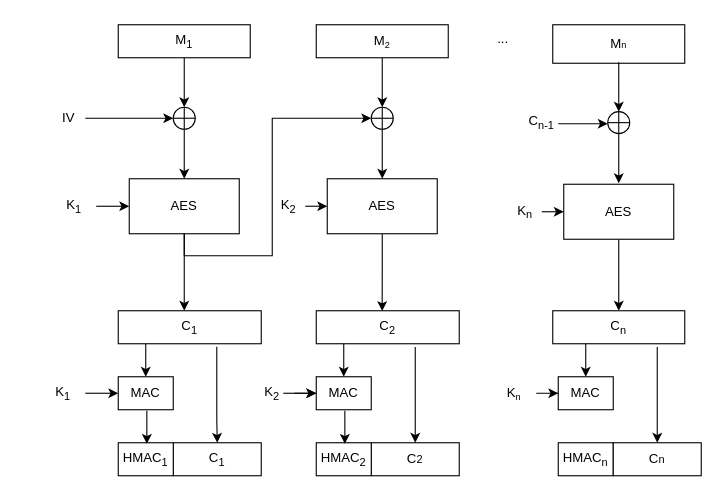
This is page "Encrypt" (1 of 2) of src/chapters/res/chapter-3/res/Encmode.drawio from bayusamudra5502/ta-kriptografi, a draw.io file, before an edit. Source tidied: cells renumbered, new cells numbered last; positions are measured from the earlier drawing's top-left corner, leaving out a move shared by most shapes. Both pictures are drawn from the tidied source at 110%, with x=0, y=0 at pixel (41, 19).
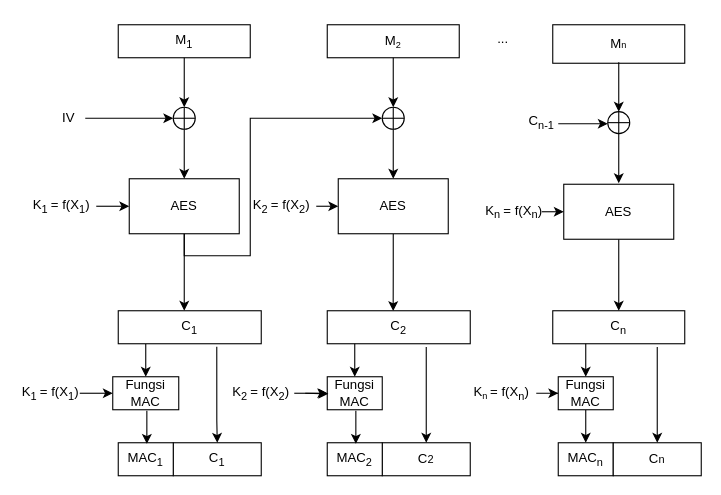
Above is the later version.

The change refers to these unchanged cells:
```xml
<mxCell id="9" value="AES" style="rounded=0;whiteSpace=wrap;html=1;" parent="1" vertex="1">
  <mxGeometry x="80" y="145" width="100" height="50" as="geometry" />
</mxCell>
<mxCell id="25" style="verticalLabelPosition=bottom;verticalAlign=top;html=1;shape=mxgraph.flowchart.summing_function;" parent="23" vertex="1">
  <mxGeometry y="45" width="20" height="20" as="geometry" />
</mxCell>
```

What changed in the source:
```diff
@@
     <mxCell id="3" value="M&lt;span style=&quot;font-size: 10px;&quot;&gt;&lt;sub&gt;2&lt;/sub&gt;&lt;/span&gt;" style="rounded=0;whiteSpace=wrap;html=1;" parent="1" vertex="1">
-      <mxGeometry x="250" y="5" width="120" height="30" as="geometry" />
+      <mxGeometry x="260" y="5" width="120" height="30" as="geometry" />
     </mxCell>
@@
-    <mxCell id="13" value="K&lt;sub&gt;1&lt;/sub&gt;" style="text;html=1;strokeColor=none;fillColor=none;align=center;verticalAlign=middle;whiteSpace=wrap;rounded=0;" parent="1" vertex="1">
-      <mxGeometry x="10" y="155" width="40" height="30" as="geometry" />
+    <mxCell id="13" value="K&lt;sub&gt;1 &lt;/sub&gt;= f(X&lt;sub&gt;1&lt;/sub&gt;)&lt;sub&gt;&amp;nbsp;&lt;/sub&gt;" style="text;html=1;strokeColor=none;fillColor=none;align=center;verticalAlign=middle;whiteSpace=wrap;rounded=0;" parent="1" vertex="1">
+      <mxGeometry x="-10" y="155" width="60" height="30" as="geometry" />
     </mxCell>
@@
     <mxCell id="16" value="AES" style="rounded=0;whiteSpace=wrap;html=1;" parent="1" vertex="1">
-      <mxGeometry x="260" y="145" width="100" height="50" as="geometry" />
+      <mxGeometry x="270" y="145" width="100" height="50" as="geometry" />
     </mxCell>
@@
-    <mxCell id="19" value="K&lt;sub&gt;2&lt;/sub&gt;" style="text;html=1;strokeColor=none;fillColor=none;align=center;verticalAlign=middle;whiteSpace=wrap;rounded=0;" parent="1" vertex="1">
-      <mxGeometry x="210" y="155" width="30" height="30" as="geometry" />
+    <mxCell id="19" value="K&lt;sub&gt;2&amp;nbsp;&lt;/sub&gt;= f(X&lt;sub style=&quot;border-color: var(--border-color);&quot;&gt;2&lt;/sub&gt;&lt;span style=&quot;border-color: var(--border-color);&quot;&gt;)&lt;/span&gt;&lt;sub style=&quot;border-color: var(--border-color);&quot;&gt;&amp;nbsp;&lt;/sub&gt;" style="text;html=1;strokeColor=none;fillColor=none;align=center;verticalAlign=middle;whiteSpace=wrap;rounded=0;" parent="1" vertex="1">
+      <mxGeometry x="190" y="155" width="60" height="30" as="geometry" />
     </mxCell>
-    <mxCell id="20" value="K&lt;sub&gt;n&lt;/sub&gt;" style="text;html=1;strokeColor=none;fillColor=none;align=center;verticalAlign=middle;whiteSpace=wrap;rounded=0;" parent="1" vertex="1">
-      <mxGeometry x="420" y="160" width="40" height="30" as="geometry" />
+    <mxCell id="20" value="K&lt;sub&gt;n&amp;nbsp;&lt;/sub&gt;= f(X&lt;sub style=&quot;border-color: var(--border-color);&quot;&gt;n&lt;/sub&gt;)" style="text;html=1;strokeColor=none;fillColor=none;align=center;verticalAlign=middle;whiteSpace=wrap;rounded=0;" parent="1" vertex="1">
+      <mxGeometry x="400" y="160" width="60" height="30" as="geometry" />
     </mxCell>
     <mxCell id="21" style="endArrow=classic;html=1;rounded=0;entryX=0;entryY=0.5;entryDx=0;entryDy=0;" parent="1" edge="1" target="16">
       <mxGeometry relative="1" as="geometry">
-        <mxPoint x="240" y="170" as="sourcePoint" />
+        <mxPoint x="250" y="170" as="sourcePoint" />
       </mxGeometry>
     </mxCell>
@@
     <mxCell id="23" style="group;" parent="1" vertex="1">
-      <mxGeometry x="300" y="35" width="20" height="110" as="geometry" />
+      <mxGeometry x="310" y="35" width="20" height="110" as="geometry" />
     </mxCell>
@@
     <mxCell id="29" value="C&lt;sub&gt;2&lt;/sub&gt;" style="rounded=0;whiteSpace=wrap;html=1;" parent="1" vertex="1">
-      <mxGeometry x="250" y="265" width="130" height="30" as="geometry" />
+      <mxGeometry x="260" y="265" width="130" height="30" as="geometry" />
     </mxCell>
@@
     <mxCell id="35" style="edgeStyle=orthogonalEdgeStyle;rounded=0;jettySize=auto;html=1;entryX=0;entryY=0.5;entryDx=0;entryDy=0;entryPerimeter=0;" parent="1" edge="1" source="9" target="25">
       <mxGeometry relative="1" as="geometry">
         <Array as="points">
           <mxPoint x="130" y="215" />
-          <mxPoint x="210" y="215" />
-          <mxPoint x="210" y="90" />
+          <mxPoint x="190" y="215" />
+          <mxPoint x="190" y="90" />
         </Array>
       </mxGeometry>
     </mxCell>
@@
-    <mxCell id="38" value="MAC" style="rounded=0;whiteSpace=wrap;html=1;" parent="1" vertex="1">
-      <mxGeometry x="70" y="325" width="50" height="30" as="geometry" />
+    <mxCell id="38" value="Fungsi MAC" style="rounded=0;whiteSpace=wrap;html=1;" parent="1" vertex="1">
+      <mxGeometry x="65" y="325" width="60" height="30" as="geometry" />
     </mxCell>
     <mxCell id="39" style="endArrow=classic;html=1;rounded=0;entryX=0;entryY=0.5;entryDx=0;entryDy=0;" parent="1" edge="1">
       <mxGeometry relative="1" as="geometry">
-        <mxPoint x="40" y="340" as="sourcePoint" />
-        <mxPoint x="70" y="340" as="targetPoint" />
+        <mxPoint x="35" y="340" as="sourcePoint" />
+        <mxPoint x="65" y="340" as="targetPoint" />
       </mxGeometry>
     </mxCell>
-    <mxCell id="40" value="K&lt;sub&gt;1&lt;/sub&gt;" style="text;html=1;strokeColor=none;fillColor=none;align=center;verticalAlign=middle;whiteSpace=wrap;rounded=0;" parent="1" vertex="1">
-      <mxGeometry y="325" width="40" height="30" as="geometry" />
+    <mxCell id="40" value="K&lt;sub&gt;1&amp;nbsp;&lt;/sub&gt;= f(X&lt;sub style=&quot;border-color: var(--border-color);&quot;&gt;1&lt;/sub&gt;&lt;span style=&quot;border-color: var(--border-color);&quot;&gt;)&lt;/span&gt;&lt;sub style=&quot;border-color: var(--border-color);&quot;&gt;&amp;nbsp;&lt;/sub&gt;" style="text;html=1;strokeColor=none;fillColor=none;align=center;verticalAlign=middle;whiteSpace=wrap;rounded=0;" parent="1" vertex="1">
+      <mxGeometry x="-20" y="325" width="60" height="30" as="geometry" />
     </mxCell>
@@
-    <mxCell id="42" value="HMAC&lt;sub&gt;1&lt;/sub&gt;" style="rounded=0;whiteSpace=wrap;html=1;" parent="1" vertex="1">
+    <mxCell id="42" value="MAC&lt;sub&gt;1&lt;/sub&gt;" style="rounded=0;whiteSpace=wrap;html=1;" parent="1" vertex="1">
       <mxGeometry x="70" y="385" width="50" height="30" as="geometry" />
     </mxCell>
@@
     <mxCell id="45" style="edgeStyle=orthogonalEdgeStyle;rounded=0;orthogonalLoop=1;jettySize=auto;html=1;" parent="1" edge="1">
       <mxGeometry relative="1" as="geometry">
-        <mxPoint x="275" y="295" as="sourcePoint" />
-        <mxPoint x="275" y="325" as="targetPoint" />
+        <mxPoint x="285" y="295" as="sourcePoint" />
+        <mxPoint x="285" y="325" as="targetPoint" />
         <Array as="points">
-          <mxPoint x="275" y="305" />
-          <mxPoint x="275" y="305" />
+          <mxPoint x="285" y="305" />
+          <mxPoint x="285" y="305" />
         </Array>
       </mxGeometry>
     </mxCell>
-    <mxCell id="46" value="MAC" style="rounded=0;whiteSpace=wrap;html=1;" parent="1" vertex="1">
-      <mxGeometry x="250" y="325" width="50" height="30" as="geometry" />
+    <mxCell id="46" value="Fungsi&lt;br&gt;MAC" style="rounded=0;whiteSpace=wrap;html=1;" parent="1" vertex="1">
+      <mxGeometry x="260" y="325" width="50" height="30" as="geometry" />
     </mxCell>
     <mxCell id="47" style="endArrow=classic;html=1;rounded=0;entryX=0;entryY=0.5;entryDx=0;entryDy=0;" parent="1" edge="1">
       <mxGeometry relative="1" as="geometry">
-        <mxPoint x="220" y="340" as="sourcePoint" />
-        <mxPoint x="250" y="340" as="targetPoint" />
+        <mxPoint x="230" y="340" as="sourcePoint" />
+        <mxPoint x="260" y="340" as="targetPoint" />
       </mxGeometry>
     </mxCell>
-    <mxCell id="48" style="edgeStyle=orthogonalEdgeStyle;rounded=0;jettySize=auto;html=1;" parent="1" edge="1" source="49" target="46">
-      <mxGeometry relative="1" as="geometry" />
+    <mxCell id="48" style="edgeStyle=orthogonalEdgeStyle;rounded=0;jettySize=auto;html=1;" parent="1" edge="1" target="46">
+      <mxGeometry relative="1" as="geometry">
+        <mxPoint x="240" y="340" as="sourcePoint" />
+      </mxGeometry>
     </mxCell>
-    <mxCell id="49" value="K&lt;sub&gt;2&lt;/sub&gt;" style="text;html=1;strokeColor=none;fillColor=none;align=center;verticalAlign=middle;whiteSpace=wrap;rounded=0;" parent="1" vertex="1">
-      <mxGeometry x="190" y="325" width="40" height="30" as="geometry" />
+    <mxCell id="49" value="K&lt;sub&gt;2&amp;nbsp;&lt;/sub&gt;= f(X&lt;sub style=&quot;border-color: var(--border-color);&quot;&gt;2&lt;/sub&gt;&lt;span style=&quot;border-color: var(--border-color);&quot;&gt;)&lt;/span&gt;" style="text;html=1;strokeColor=none;fillColor=none;align=center;verticalAlign=middle;whiteSpace=wrap;rounded=0;" parent="1" vertex="1">
+      <mxGeometry x="170" y="325" width="60" height="30" as="geometry" />
     </mxCell>
     <mxCell id="50" value="C&lt;span style=&quot;font-size: 10px;&quot;&gt;2&lt;/span&gt;" style="rounded=0;whiteSpace=wrap;html=1;" parent="1" vertex="1">
-      <mxGeometry x="300" y="385" width="80" height="30" as="geometry" />
+      <mxGeometry x="310" y="385" width="80" height="30" as="geometry" />
     </mxCell>
-    <mxCell id="51" value="HMAC&lt;sub&gt;2&lt;/sub&gt;" style="rounded=0;whiteSpace=wrap;html=1;" parent="1" vertex="1">
-      <mxGeometry x="250" y="385" width="50" height="30" as="geometry" />
+    <mxCell id="51" value="MAC&lt;sub&gt;2&lt;/sub&gt;" style="rounded=0;whiteSpace=wrap;html=1;" parent="1" vertex="1">
+      <mxGeometry x="260" y="385" width="50" height="30" as="geometry" />
     </mxCell>
     <mxCell id="52" style="edgeStyle=orthogonalEdgeStyle;rounded=0;orthogonalLoop=1;jettySize=auto;html=1;" parent="1" edge="1">
       <mxGeometry relative="1" as="geometry">
-        <mxPoint x="276" y="356" as="sourcePoint" />
-        <mxPoint x="276" y="386" as="targetPoint" />
+        <mxPoint x="286" y="356" as="sourcePoint" />
+        <mxPoint x="286" y="386" as="targetPoint" />
         <Array as="points">
-          <mxPoint x="276" y="366" />
-          <mxPoint x="276" y="366" />
+          <mxPoint x="286" y="366" />
+          <mxPoint x="286" y="366" />
         </Array>
       </mxGeometry>
     </mxCell>
     <mxCell id="53" style="edgeStyle=orthogonalEdgeStyle;rounded=0;orthogonalLoop=1;jettySize=auto;html=1;exitX=0.689;exitY=1.093;exitDx=0;exitDy=0;exitPerimeter=0;" parent="1" edge="1">
       <mxGeometry relative="1" as="geometry">
-        <mxPoint x="340" y="298" as="sourcePoint" />
-        <mxPoint x="340" y="385" as="targetPoint" />
+        <mxPoint x="350" y="298" as="sourcePoint" />
+        <mxPoint x="350" y="385" as="targetPoint" />
         <Array as="points">
-          <mxPoint x="340" y="365" />
+          <mxPoint x="350" y="365" />
         </Array>
       </mxGeometry>
     </mxCell>
-    <mxCell id="54" value="K&lt;span style=&quot;font-size: 10px;&quot;&gt;&lt;sub&gt;n&lt;/sub&gt;&lt;/span&gt;" style="text;html=1;strokeColor=none;fillColor=none;align=center;verticalAlign=middle;whiteSpace=wrap;rounded=0;" parent="1" vertex="1">
-      <mxGeometry x="410" y="325" width="40" height="30" as="geometry" />
+    <mxCell id="54" value="K&lt;span style=&quot;font-size: 10px;&quot;&gt;&lt;sub&gt;n&amp;nbsp;&lt;/sub&gt;&lt;/span&gt;= f(X&lt;sub style=&quot;border-color: var(--border-color);&quot;&gt;n&lt;/sub&gt;&lt;span style=&quot;border-color: var(--border-color);&quot;&gt;)&lt;/span&gt;&lt;sub style=&quot;border-color: var(--border-color);&quot;&gt;&amp;nbsp;&lt;/sub&gt;" style="text;html=1;strokeColor=none;fillColor=none;align=center;verticalAlign=middle;whiteSpace=wrap;rounded=0;" parent="1" vertex="1">
+      <mxGeometry x="390" y="325" width="60" height="30" as="geometry" />
     </mxCell>
@@
+    <mxCell id="61" style="edgeStyle=orthogonalEdgeStyle;rounded=0;jettySize=auto;html=1;" parent="1" edge="1" source="56" target="59">
+      <mxGeometry relative="1" as="geometry" />
+    </mxCell>
-    <mxCell id="56" value="MAC" style="rounded=0;whiteSpace=wrap;html=1;" parent="1" vertex="1">
+    <mxCell id="56" value="Fungsi MAC" style="rounded=0;whiteSpace=wrap;html=1;" parent="1" vertex="1">
       <mxGeometry x="470" y="325" width="50" height="30" as="geometry" />
     </mxCell>
@@
-    <mxCell id="59" value="HMAC&lt;sub&gt;n&lt;/sub&gt;" style="rounded=0;whiteSpace=wrap;html=1;" parent="1" vertex="1">
+    <mxCell id="59" value="MAC&lt;sub&gt;n&lt;/sub&gt;" style="rounded=0;whiteSpace=wrap;html=1;" parent="1" vertex="1">
       <mxGeometry x="470" y="385" width="50" height="30" as="geometry" />
     </mxCell>
```
